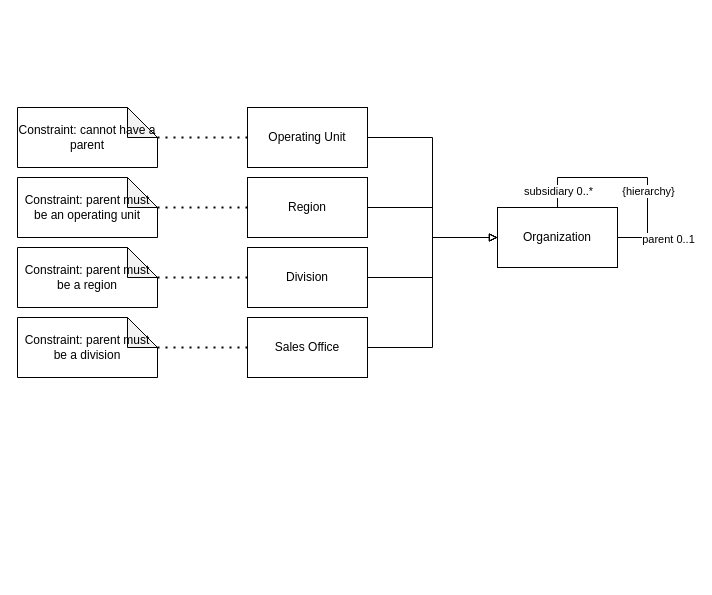
Earlier version of the draw.io diagram analysis-patterns-2-4-Organization-supertype-with-hierarchic-relationship.drawio (wubin28/analysis-patterns-diagrams-in-uml). Source tidied: cells renumbered, new cells numbered last; positions are measured from the earlier drawing's top-left corner, leaving out a move shared by most shapes. Both pictures are drawn from the tidied source at 100%, with x=0, y=0 at pixel (17, 107).
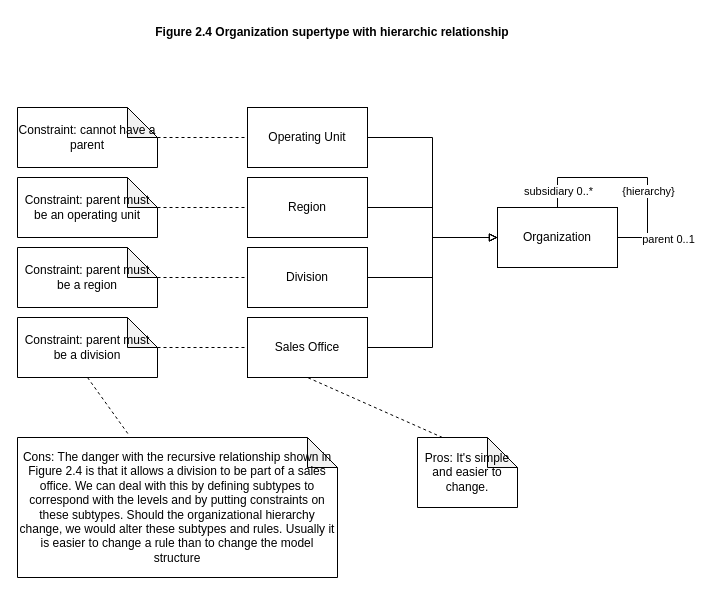
Above is the later version.

Commit message:
refactor: add pros and cons in figure 2.4

The change refers to these unchanged cells:
```xml
<mxCell id="8" value="Region" style="rounded=0;whiteSpace=wrap;html=1;" parent="1" vertex="1">
  <mxGeometry x="230" y="70" width="120" height="60" as="geometry" />
</mxCell>
<mxCell id="9" value="Operating Unit" style="rounded=0;whiteSpace=wrap;html=1;" parent="1" vertex="1">
  <mxGeometry x="230" width="120" height="60" as="geometry" />
</mxCell>
<mxCell id="10" value="Division" style="rounded=0;whiteSpace=wrap;html=1;" parent="1" vertex="1">
  <mxGeometry x="230" y="140" width="120" height="60" as="geometry" />
</mxCell>
<mxCell id="11" value="Sales Office" style="rounded=0;whiteSpace=wrap;html=1;" parent="1" vertex="1">
  <mxGeometry x="230" y="210" width="120" height="60" as="geometry" />
</mxCell>
<mxCell id="15" value="Constraint: parent must be an operating unit" style="shape=note;whiteSpace=wrap;html=1;backgroundOutline=1;darkOpacity=0.05;" parent="1" vertex="1">
  <mxGeometry y="70" width="140" height="60" as="geometry" />
</mxCell>
<mxCell id="17" value="Constraint: cannot have a parent" style="shape=note;whiteSpace=wrap;html=1;backgroundOutline=1;darkOpacity=0.05;" parent="1" vertex="1">
  <mxGeometry width="140" height="60" as="geometry" />
</mxCell>
<mxCell id="19" value="Constraint: parent must be a region" style="shape=note;whiteSpace=wrap;html=1;backgroundOutline=1;darkOpacity=0.05;" parent="1" vertex="1">
  <mxGeometry y="140" width="140" height="60" as="geometry" />
</mxCell>
<mxCell id="20" value="Constraint: parent must be a division" style="shape=note;whiteSpace=wrap;html=1;backgroundOutline=1;darkOpacity=0.05;" parent="1" vertex="1">
  <mxGeometry y="210" width="140" height="60" as="geometry" />
</mxCell>
```

Change to the diagram source:
```diff
@@
-    <mxCell id="16" style="endArrow=none;dashed=1;html=1;dashPattern=1 3;strokeWidth=2;rounded=0;endFill=0;exitX=0;exitY=0;exitDx=140;exitDy=30;exitPerimeter=0;" parent="1" edge="1" source="15" target="8">
-      <mxGeometry relative="1" as="geometry" />
-    </mxCell>
@@
-    <mxCell id="18" style="endArrow=none;dashed=1;html=1;dashPattern=1 3;strokeWidth=2;rounded=0;endFill=0;exitX=0;exitY=0;exitDx=140;exitDy=30;exitPerimeter=0;entryX=0;entryY=0.5;entryDx=0;entryDy=0;" parent="1" edge="1" source="17" target="9">
-      <mxGeometry relative="1" as="geometry" />
-    </mxCell>
@@
+    <mxCell id="23" value="Pros: It's simple and easier to change." style="shape=note;whiteSpace=wrap;html=1;backgroundOutline=1;darkOpacity=0.05;" parent="1" vertex="1">
+      <mxGeometry x="400" y="330" width="100" height="70" as="geometry" />
+    </mxCell>
+    <mxCell id="24" value="Cons:&amp;nbsp;The danger with the recursive relationship shown in Figure 2.4 is that it allows a division to be part of a sales office. We can deal with this by defining subtypes to correspond with the levels and by putting constraints on these subtypes. Should the organizational hierarchy change, we would alter these subtypes and rules. Usually it is easier to change a rule than to change the model structure" style="shape=note;whiteSpace=wrap;html=1;backgroundOutline=1;darkOpacity=0.05;" parent="1" vertex="1">
+      <mxGeometry y="330" width="320" height="140" as="geometry" />
+    </mxCell>
+    <mxCell id="18" style="endArrow=none;dashed=1;html=1;rounded=0;exitX=0;exitY=0;exitDx=140;exitDy=30;exitPerimeter=0;" parent="1" edge="1" source="17" target="9">
+      <mxGeometry relative="1" as="geometry" />
+    </mxCell>
+    <mxCell id="16" style="endArrow=none;dashed=1;html=1;rounded=0;exitX=0;exitY=0;exitDx=140;exitDy=30;exitPerimeter=0;entryX=0;entryY=0.5;entryDx=0;entryDy=0;" parent="1" edge="1" source="15" target="8">
+      <mxGeometry relative="1" as="geometry" />
+    </mxCell>
-    <mxCell id="21" style="endArrow=none;dashed=1;html=1;dashPattern=1 3;strokeWidth=2;rounded=0;endFill=0;exitX=0;exitY=0;exitDx=140;exitDy=30;exitPerimeter=0;entryX=0;entryY=0.5;entryDx=0;entryDy=0;" parent="1" edge="1" source="19" target="10">
+    <mxCell id="21" style="endArrow=none;dashed=1;html=1;rounded=0;exitX=0;exitY=0;exitDx=140;exitDy=30;exitPerimeter=0;entryX=0;entryY=0.5;entryDx=0;entryDy=0;" parent="1" edge="1" source="19" target="10">
       <mxGeometry relative="1" as="geometry" />
     </mxCell>
-    <mxCell id="22" style="endArrow=none;dashed=1;html=1;dashPattern=1 3;strokeWidth=2;rounded=0;endFill=0;exitX=0;exitY=0;exitDx=140;exitDy=30;exitPerimeter=0;entryX=0;entryY=0.5;entryDx=0;entryDy=0;" parent="1" edge="1" source="20" target="11">
+    <mxCell id="22" style="endArrow=none;dashed=1;html=1;rounded=0;exitX=0;exitY=0;exitDx=140;exitDy=30;exitPerimeter=0;entryX=0;entryY=0.5;entryDx=0;entryDy=0;" parent="1" edge="1" source="20" target="11">
       <mxGeometry relative="1" as="geometry" />
     </mxCell>
+    <mxCell id="25" style="endArrow=none;dashed=1;html=1;rounded=0;exitX=0;exitY=0;exitDx=25;exitDy=0;exitPerimeter=0;entryX=0.5;entryY=1;entryDx=0;entryDy=0;" parent="1" edge="1" source="23" target="11">
+      <mxGeometry relative="1" as="geometry" />
+    </mxCell>
+    <mxCell id="26" style="endArrow=none;dashed=1;html=1;rounded=0;exitX=0.5;exitY=1;exitDx=0;exitDy=0;exitPerimeter=0;entryX=0.347;entryY=-0.021;entryDx=0;entryDy=0;entryPerimeter=0;" parent="1" edge="1" source="20" target="24">
+      <mxGeometry relative="1" as="geometry" />
+    </mxCell>
+    <mxCell id="27" value="Figure 2.4 Organization supertype with hierarchic relationship" style="text;html=1;strokeColor=none;fillColor=none;align=center;verticalAlign=middle;whiteSpace=wrap;rounded=0;fontStyle=1;" parent="1" vertex="1">
+      <mxGeometry x="130" y="-90" width="370" height="30" as="geometry" />
+    </mxCell>
```
